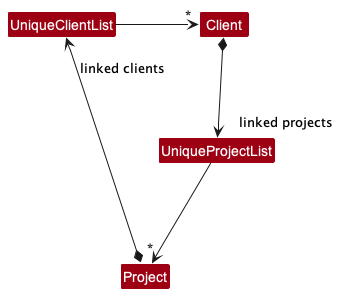
Above: docs/images/LinkingAlternateClassDiagram.png in nus-cs2103-AY2223S2/tp (PlantUML), before the change.
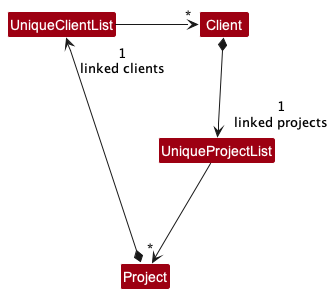
The same diagram one commit later.

Diff of the diagram source:
```diff
@@ -10,8 +10,8 @@
 
 Class UniqueProjectList
 
-Client *--> "linked projects" UniqueProjectList
-Project *--> "\nlinked clients" UniqueClientList
+Client *--> "1\nlinked projects" UniqueProjectList
+Project *--> "1\nlinked clients" UniqueClientList
 UniqueProjectList -->"*" Project
 UniqueClientList -right->"*" Client
 @enduml
```
